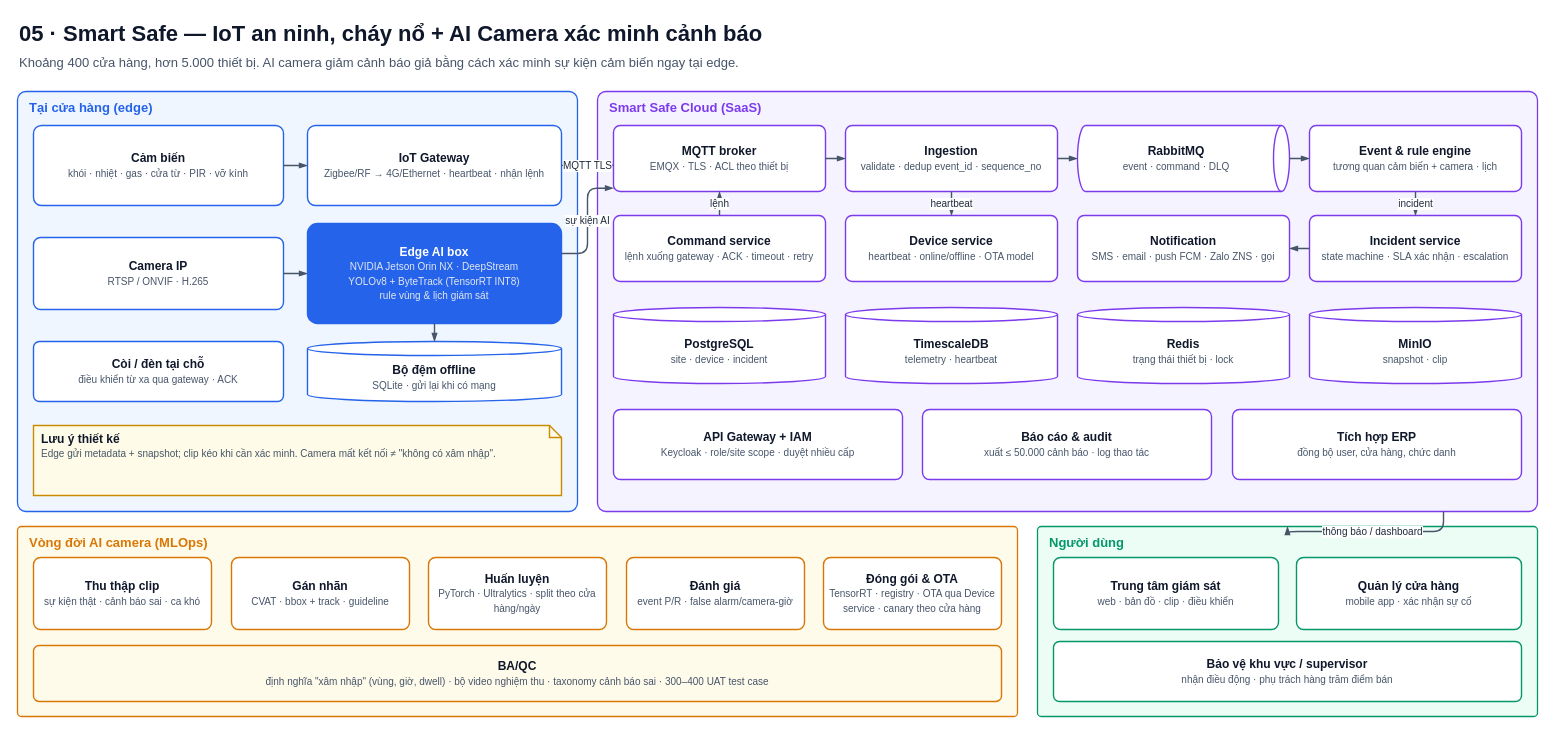
The draw.io diagram page "1. Edge–cloud & AI camera" (1 of 2) of Claude ouput/Sơ đồ kiến trúc/05-smart-safe-ai-camera.drawio in Darin19/ducnk-interview, before the edit. Source tidied: cells renumbered, new cells numbered last; positions are measured from the earlier drawing's top-left corner, leaving out a move shared by most shapes. Both pictures are drawn from the tidied source at 100%, with x=0, y=0 at pixel (17, 17).
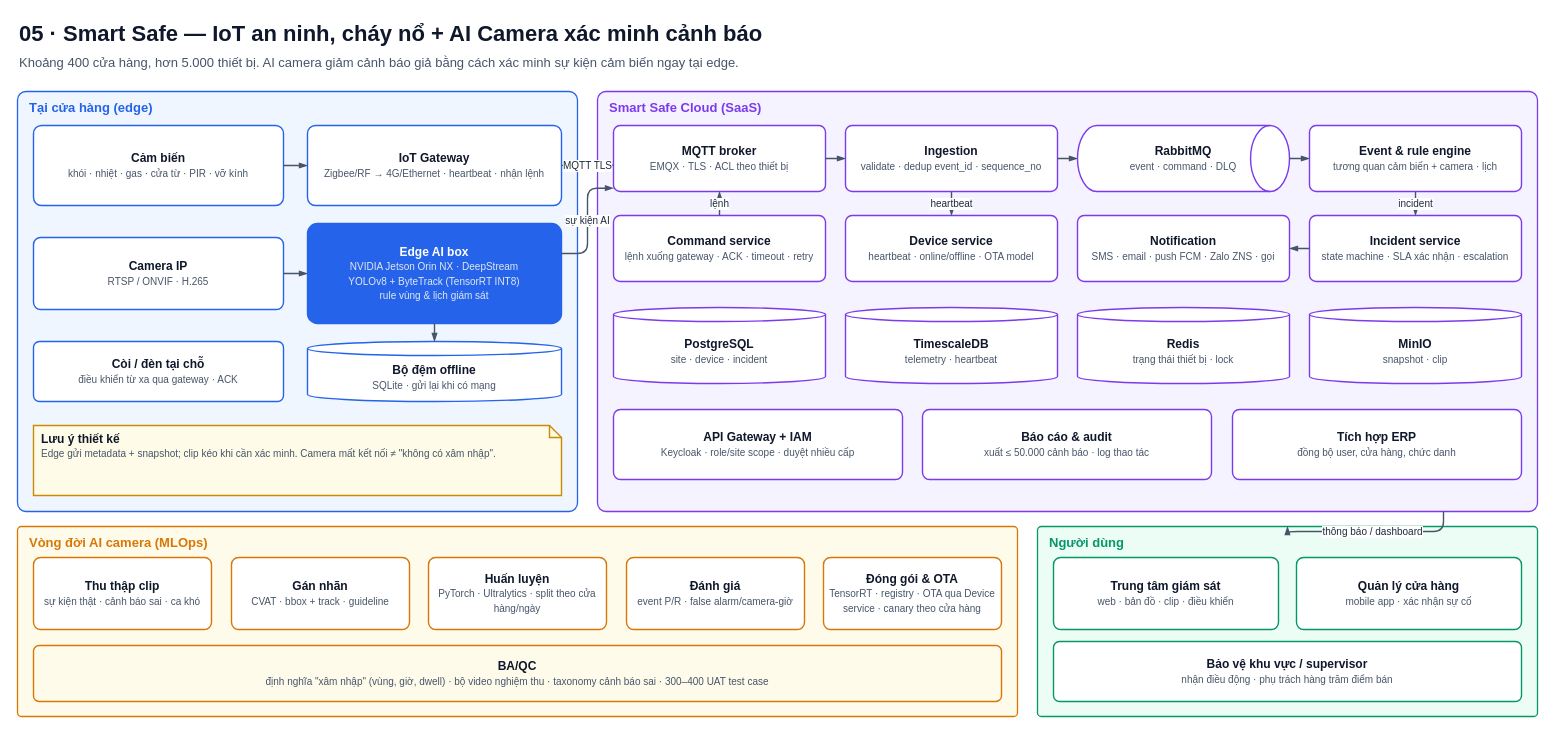
The same page after the edit.

Unchanged cells that the change refers to:
```xml
<mxCell id="12" value="Smart Safe Cloud (SaaS)" style="rounded=1;arcSize=2;whiteSpace=wrap;html=1;fillColor=#F5F3FF;strokeColor=#7C3AED;verticalAlign=top;align=left;spacingLeft=10;spacingTop=2;fontStyle=1;fontSize=13;fontColor=#7C3AED;strokeWidth=1.3;" parent="1" vertex="1">
  <mxGeometry x="580" y="74" width="940" height="420" as="geometry" />
</mxCell>
```

Change to the diagram source:
```diff
@@
-    <mxCell id="15" value="&lt;b style=&quot;font-size:12px;&quot;&gt;RabbitMQ&lt;/b&gt;&lt;br&gt;&lt;span style=&quot;font-size:10px;color:#475569;&quot;&gt;event · command · DLQ&lt;/span&gt;" style="shape=cylinder3;direction=south;boundedLbl=1;backgroundOutline=1;size=8;fillColor=#FFFFFF;strokeColor=#7C3AED;whiteSpace=wrap;html=1;fontColor=#0F172A;strokeWidth=1.4;" parent="12" vertex="1">
+    <mxCell id="15" value="&lt;b style=&quot;font-size:12px;&quot;&gt;RabbitMQ&lt;/b&gt;&lt;br&gt;&lt;span style=&quot;font-size:10px;color:#475569;&quot;&gt;event · command · DLQ&lt;/span&gt;" style="shape=mxgraph.flowchart.direct_data;fillColor=#FFFFFF;strokeColor=#7C3AED;whiteSpace=wrap;html=1;fontColor=#0F172A;strokeWidth=1.4;" parent="12" vertex="1">
       <mxGeometry x="480" y="34" width="212" height="66" as="geometry" />
     </mxCell>
```
